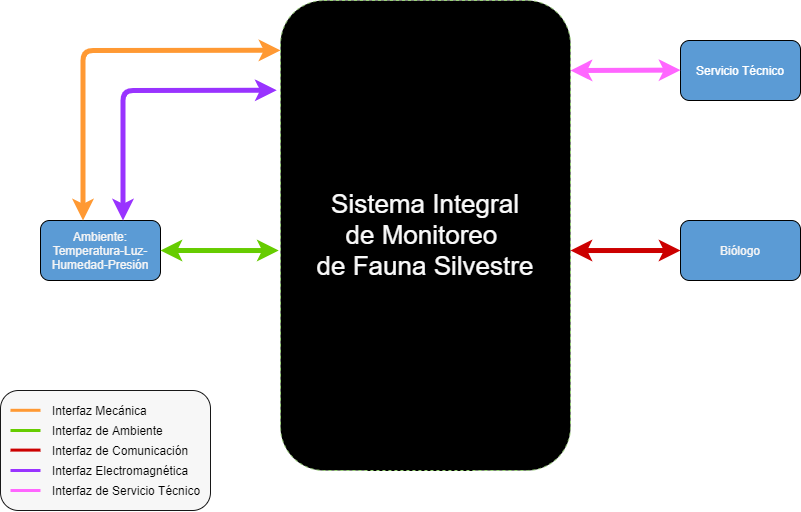
tlondero/Dise-o keeps this draw.io diagram as Utils/Drawio/Diagrama Funcional de Interfaces.png. Above is the earlier version. Source tidied: cells renumbered, new cells last; positions are measured from the earlier drawing's top-left corner, leaving out a move shared by most shapes. The source it was exported from:
```xml
<mxGraphModel>
  <root>
    <mxCell id="0" />
    <mxCell id="1" parent="0" />
    <mxCell id="2" style="rounded=1;whiteSpace=wrap;html=1;fillColor=#F7F7F7;gradientColor=none;strokeColor=#171717;" parent="1" vertex="1">
      <mxGeometry y="390" width="210" height="120" as="geometry" />
    </mxCell>
    <mxCell id="3" value="&lt;font color=&quot;#FFFFFF&quot;&gt;Base nido&lt;/font&gt;C" style="rounded=1;whiteSpace=wrap;html=1;fillColor=#0A0A0A;" parent="1" vertex="1">
      <mxGeometry x="360" y="220" width="120" height="60" as="geometry" />
    </mxCell>
    <mxCell id="4" value="&lt;div&gt;&lt;font color=&quot;#F5F5F5&quot;&gt;Ambiente:&lt;/font&gt;&lt;/div&gt;&lt;div&gt;&lt;font color=&quot;#F5F5F5&quot;&gt;Temperatura-Luz-Humedad-Presión&lt;br&gt;&lt;/font&gt;&lt;/div&gt;" style="rounded=1;whiteSpace=wrap;html=1;fillColor=#5B9BD5;" parent="1" vertex="1">
      <mxGeometry x="40" y="220" width="120" height="60" as="geometry" />
    </mxCell>
    <mxCell id="5" value="&lt;font color=&quot;#FFFFFF&quot;&gt;Base Pajaro&lt;/font&gt;" style="rounded=1;whiteSpace=wrap;html=1;fillColor=#0A0A0A;" parent="1" vertex="1">
      <mxGeometry x="360" y="410" width="120" height="60" as="geometry" />
    </mxCell>
    <mxCell id="6" value="&lt;font color=&quot;#FFFFFF&quot;&gt;Unidad de Energía&lt;/font&gt;" style="rounded=1;whiteSpace=wrap;html=1;fillColor=#0A0A0A;" parent="1" vertex="1">
      <mxGeometry x="360" y="40" width="120" height="60" as="geometry" />
    </mxCell>
    <mxCell id="7" value="&lt;font color=&quot;#FFFFFF&quot;&gt;Servicio Técnico&lt;br&gt;&lt;/font&gt;" style="rounded=1;whiteSpace=wrap;html=1;fillColor=#5B9BD5;" parent="1" vertex="1">
      <mxGeometry x="680" y="40" width="120" height="60" as="geometry" />
    </mxCell>
    <mxCell id="8" value="&lt;div&gt;&lt;font color=&quot;#F5F5F5&quot;&gt;Biólogo&lt;br&gt;&lt;/font&gt;&lt;/div&gt;" style="rounded=1;whiteSpace=wrap;html=1;fillColor=#5B9BD5;" parent="1" vertex="1">
      <mxGeometry x="680" y="220" width="120" height="60" as="geometry" />
    </mxCell>
    <mxCell id="9" style="endArrow=classic;startArrow=classic;html=1;entryX=0.5;entryY=1;entryDx=0;entryDy=0;exitX=0.5;exitY=0;exitDx=0;exitDy=0;strokeColor=#FFD966;strokeWidth=5;" parent="1" edge="1" source="3" target="6">
      <mxGeometry relative="1" as="geometry" />
    </mxCell>
    <mxCell id="10" style="endArrow=classic;startArrow=classic;html=1;strokeWidth=5;entryX=0.5;entryY=1;entryDx=0;entryDy=0;exitX=0.5;exitY=0;exitDx=0;exitDy=0;strokeColor=#FF0F37;" parent="1" edge="1" source="5" target="3">
      <mxGeometry relative="1" as="geometry" />
    </mxCell>
    <mxCell id="11" style="endArrow=classic;startArrow=classic;html=1;strokeWidth=5;exitX=0.092;exitY=-0.039;exitDx=0;exitDy=0;exitPerimeter=0;strokeColor=#3700CC;fillColor=#6a00ff;dashed=1;" parent="1" edge="1" source="5">
      <mxGeometry relative="1" as="geometry">
        <mxPoint x="374" y="280" as="targetPoint" />
      </mxGeometry>
    </mxCell>
    <mxCell id="12" value="Interfaz Electromagnética" style="text;html=1;strokeColor=none;fillColor=none;align=left;verticalAlign=middle;whiteSpace=wrap;rounded=0;" parent="1" vertex="1">
      <mxGeometry x="50" y="460" width="140" height="20" as="geometry" />
    </mxCell>
    <mxCell id="13" style="endArrow=classic;startArrow=classic;html=1;strokeWidth=5;exitX=0;exitY=0.5;exitDx=0;exitDy=0;strokeColor=#3700CC;fillColor=#6a00ff;dashed=1;entryX=0.25;entryY=1;entryDx=0;entryDy=0;" parent="1" edge="1" source="5" target="6">
      <mxGeometry relative="1" as="geometry">
        <Array as="points">
          <mxPoint x="330" y="440" />
          <mxPoint x="330" y="170" />
          <mxPoint x="390" y="170" />
        </Array>
      </mxGeometry>
    </mxCell>
    <mxCell id="14" style="endArrow=classic;startArrow=classic;html=1;strokeWidth=5;exitX=1;exitY=0.5;exitDx=0;exitDy=0;strokeColor=#66CC00;entryX=-0.006;entryY=0.532;entryDx=0;entryDy=0;entryPerimeter=0;" parent="1" edge="1" source="4" target="20">
      <mxGeometry relative="1" as="geometry" />
    </mxCell>
    <mxCell id="15" style="endArrow=classic;startArrow=classic;html=1;strokeWidth=5;exitX=0.688;exitY=0;exitDx=0;exitDy=0;fillColor=#6a00ff;strokeColor=#9933FF;exitPerimeter=0;entryX=-0.013;entryY=0.191;entryDx=0;entryDy=0;entryPerimeter=0;" parent="1" edge="1" source="4" target="20">
      <mxGeometry relative="1" as="geometry">
        <Array as="points">
          <mxPoint x="122.5" y="90" />
        </Array>
      </mxGeometry>
    </mxCell>
    <mxCell id="16" style="endArrow=classic;startArrow=classic;html=1;strokeWidth=5;exitX=0.354;exitY=0;exitDx=0;exitDy=0;fillColor=#f0a30a;strokeColor=#FF9933;exitPerimeter=0;entryX=0;entryY=0.106;entryDx=0;entryDy=0;entryPerimeter=0;" parent="1" edge="1" source="4" target="20">
      <mxGeometry relative="1" as="geometry">
        <Array as="points">
          <mxPoint x="82.5" y="50" />
        </Array>
      </mxGeometry>
    </mxCell>
    <mxCell id="17" style="endArrow=classic;startArrow=classic;html=1;strokeWidth=5;exitX=0;exitY=0.5;exitDx=0;exitDy=0;strokeColor=#FF66FF;entryX=1;entryY=0.149;entryDx=0;entryDy=0;entryPerimeter=0;" parent="1" edge="1" target="20">
      <mxGeometry relative="1" as="geometry">
        <mxPoint x="680" y="69.6" as="sourcePoint" />
      </mxGeometry>
    </mxCell>
    <mxCell id="18" style="endArrow=classic;startArrow=classic;html=1;strokeWidth=5;entryX=0.5;entryY=1;entryDx=0;entryDy=0;strokeColor=#FF0F37;exitX=0.586;exitY=0.415;exitDx=0;exitDy=0;exitPerimeter=0;" parent="1" edge="1" source="20">
      <mxGeometry relative="1" as="geometry">
        <mxPoint x="450" y="100" as="targetPoint" />
      </mxGeometry>
    </mxCell>
    <mxCell id="19" style="endArrow=classic;startArrow=classic;html=1;strokeWidth=5;entryX=0;entryY=0.5;entryDx=0;entryDy=0;fillColor=#e51400;strokeColor=#CC0000;exitX=1;exitY=0.532;exitDx=0;exitDy=0;exitPerimeter=0;" parent="1" edge="1" source="20" target="8">
      <mxGeometry relative="1" as="geometry" />
    </mxCell>
    <mxCell id="20" value="&lt;font style=&quot;font-size: 26px&quot; color=&quot;#FAFAFA&quot;&gt;Sistema Integral&lt;br&gt;de Monitoreo &lt;br&gt; de Fauna Silvestre&lt;br&gt;&lt;/font&gt;" style="rounded=1;whiteSpace=wrap;html=1;strokeColor=#97D077;dashed=1;fillColor=#000000;" parent="1" vertex="1">
      <mxGeometry x="280" width="290" height="470" as="geometry" />
    </mxCell>
    <mxCell id="21" style="endArrow=none;html=1;strokeWidth=3;strokeColor=#FF9933;" parent="1" edge="1">
      <mxGeometry relative="1" as="geometry">
        <mxPoint x="10" y="409.8" as="sourcePoint" />
        <mxPoint x="40" y="409.8" as="targetPoint" />
      </mxGeometry>
    </mxCell>
    <mxCell id="22" style="endArrow=none;html=1;strokeWidth=3;strokeColor=#66CC00;" parent="1" edge="1">
      <mxGeometry relative="1" as="geometry">
        <mxPoint x="10" y="430" as="sourcePoint" />
        <mxPoint x="40" y="430" as="targetPoint" />
      </mxGeometry>
    </mxCell>
    <mxCell id="23" style="endArrow=none;html=1;strokeWidth=3;strokeColor=#CC0000;" parent="1" edge="1">
      <mxGeometry relative="1" as="geometry">
        <mxPoint x="10" y="449.6" as="sourcePoint" />
        <mxPoint x="40" y="449.6" as="targetPoint" />
      </mxGeometry>
    </mxCell>
    <mxCell id="24" style="endArrow=none;html=1;strokeWidth=3;strokeColor=#9933FF;" parent="1" edge="1">
      <mxGeometry relative="1" as="geometry">
        <mxPoint x="10" y="470" as="sourcePoint" />
        <mxPoint x="40" y="470" as="targetPoint" />
      </mxGeometry>
    </mxCell>
    <mxCell id="25" style="endArrow=none;html=1;strokeWidth=3;strokeColor=#FF66FF;" parent="1" edge="1">
      <mxGeometry relative="1" as="geometry">
        <mxPoint x="10" y="490" as="sourcePoint" />
        <mxPoint x="40" y="490" as="targetPoint" />
      </mxGeometry>
    </mxCell>
    <mxCell id="26" value="Interfaz de Ambiente" style="text;html=1;strokeColor=none;fillColor=none;align=left;verticalAlign=middle;whiteSpace=wrap;rounded=0;" parent="1" vertex="1">
      <mxGeometry x="50" y="420" width="140" height="20" as="geometry" />
    </mxCell>
    <mxCell id="27" value="Interfaz Mecánica" style="text;html=1;strokeColor=none;fillColor=none;align=left;verticalAlign=middle;whiteSpace=wrap;rounded=0;" parent="1" vertex="1">
      <mxGeometry x="50" y="400" width="140" height="20" as="geometry" />
    </mxCell>
    <mxCell id="28" value="Interfaz de Servicio Técnico" style="text;html=1;strokeColor=none;fillColor=none;align=left;verticalAlign=middle;whiteSpace=wrap;rounded=0;" parent="1" vertex="1">
      <mxGeometry x="50" y="480" width="160" height="20" as="geometry" />
    </mxCell>
    <mxCell id="29" value="Interfaz de Comunicación" style="text;html=1;strokeColor=none;fillColor=none;align=left;verticalAlign=middle;whiteSpace=wrap;rounded=0;" parent="1" vertex="1">
      <mxGeometry x="50" y="440" width="140" height="20" as="geometry" />
    </mxCell>
  </root>
</mxGraphModel>
```
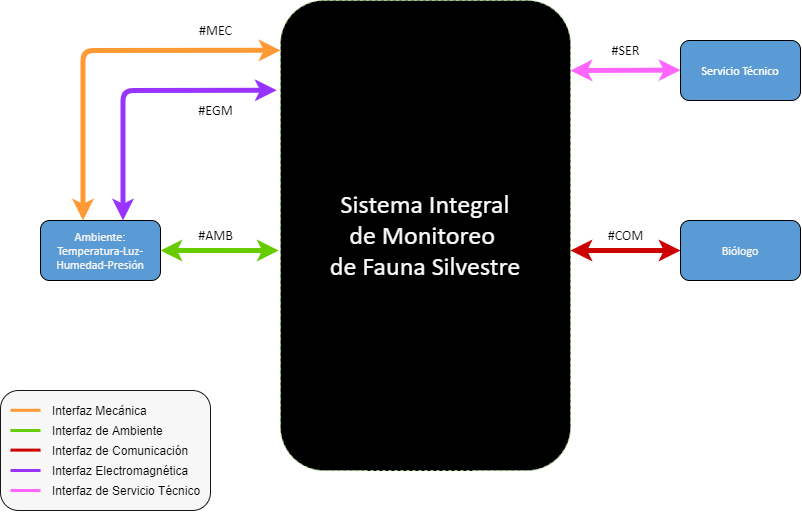
Later version of the same file.

What changed in the source:
```diff
@@ -8,7 +8,7 @@
     <mxCell id="3" value="&lt;font color=&quot;#FFFFFF&quot;&gt;Base nido&lt;/font&gt;C" style="rounded=1;whiteSpace=wrap;html=1;fillColor=#0A0A0A;" parent="1" vertex="1">
       <mxGeometry x="360" y="220" width="120" height="60" as="geometry" />
     </mxCell>
-    <mxCell id="4" value="&lt;div&gt;&lt;font color=&quot;#F5F5F5&quot;&gt;Ambiente:&lt;/font&gt;&lt;/div&gt;&lt;div&gt;&lt;font color=&quot;#F5F5F5&quot;&gt;Temperatura-Luz-Humedad-Presión&lt;br&gt;&lt;/font&gt;&lt;/div&gt;" style="rounded=1;whiteSpace=wrap;html=1;fillColor=#5B9BD5;" parent="1" vertex="1">
+    <mxCell id="4" value="&lt;div&gt;&lt;font color=&quot;#F5F5F5&quot; face=&quot;Calibri&quot;&gt;Ambiente:&lt;/font&gt;&lt;/div&gt;&lt;div&gt;&lt;font color=&quot;#F5F5F5&quot;&gt;&lt;font face=&quot;Calibri&quot;&gt;Temperatura-Luz-Humedad-Presión&lt;/font&gt;&lt;br&gt;&lt;/font&gt;&lt;/div&gt;" style="rounded=1;whiteSpace=wrap;html=1;fillColor=#5B9BD5;" parent="1" vertex="1">
       <mxGeometry x="40" y="220" width="120" height="60" as="geometry" />
     </mxCell>
     <mxCell id="5" value="&lt;font color=&quot;#FFFFFF&quot;&gt;Base Pajaro&lt;/font&gt;" style="rounded=1;whiteSpace=wrap;html=1;fillColor=#0A0A0A;" parent="1" vertex="1">
@@ -17,10 +17,10 @@
     <mxCell id="6" value="&lt;font color=&quot;#FFFFFF&quot;&gt;Unidad de Energía&lt;/font&gt;" style="rounded=1;whiteSpace=wrap;html=1;fillColor=#0A0A0A;" parent="1" vertex="1">
       <mxGeometry x="360" y="40" width="120" height="60" as="geometry" />
     </mxCell>
-    <mxCell id="7" value="&lt;font color=&quot;#FFFFFF&quot;&gt;Servicio Técnico&lt;br&gt;&lt;/font&gt;" style="rounded=1;whiteSpace=wrap;html=1;fillColor=#5B9BD5;" parent="1" vertex="1">
+    <mxCell id="7" value="&lt;font color=&quot;#FFFFFF&quot;&gt;&lt;font face=&quot;Calibri&quot;&gt;Servicio Técnico&lt;/font&gt;&lt;br&gt;&lt;/font&gt;" style="rounded=1;whiteSpace=wrap;html=1;fillColor=#5B9BD5;" parent="1" vertex="1">
       <mxGeometry x="680" y="40" width="120" height="60" as="geometry" />
     </mxCell>
-    <mxCell id="8" value="&lt;div&gt;&lt;font color=&quot;#F5F5F5&quot;&gt;Biólogo&lt;br&gt;&lt;/font&gt;&lt;/div&gt;" style="rounded=1;whiteSpace=wrap;html=1;fillColor=#5B9BD5;" parent="1" vertex="1">
+    <mxCell id="8" value="&lt;div&gt;&lt;font color=&quot;#F5F5F5&quot;&gt;&lt;font face=&quot;Calibri&quot;&gt;Biólogo&lt;/font&gt;&lt;br&gt;&lt;/font&gt;&lt;/div&gt;" style="rounded=1;whiteSpace=wrap;html=1;fillColor=#5B9BD5;" parent="1" vertex="1">
       <mxGeometry x="680" y="220" width="120" height="60" as="geometry" />
     </mxCell>
     <mxCell id="9" style="endArrow=classic;startArrow=classic;html=1;entryX=0.5;entryY=1;entryDx=0;entryDy=0;exitX=0.5;exitY=0;exitDx=0;exitDy=0;strokeColor=#FFD966;strokeWidth=5;" parent="1" edge="1" source="3" target="6">
@@ -76,7 +76,7 @@
     <mxCell id="19" style="endArrow=classic;startArrow=classic;html=1;strokeWidth=5;entryX=0;entryY=0.5;entryDx=0;entryDy=0;fillColor=#e51400;strokeColor=#CC0000;exitX=1;exitY=0.532;exitDx=0;exitDy=0;exitPerimeter=0;" parent="1" edge="1" source="20" target="8">
       <mxGeometry relative="1" as="geometry" />
     </mxCell>
-    <mxCell id="20" value="&lt;font style=&quot;font-size: 26px&quot; color=&quot;#FAFAFA&quot;&gt;Sistema Integral&lt;br&gt;de Monitoreo &lt;br&gt; de Fauna Silvestre&lt;br&gt;&lt;/font&gt;" style="rounded=1;whiteSpace=wrap;html=1;strokeColor=#97D077;dashed=1;fillColor=#000000;" parent="1" vertex="1">
+    <mxCell id="20" value="&lt;font style=&quot;font-size: 26px&quot; color=&quot;#FAFAFA&quot;&gt;&lt;font face=&quot;Calibri&quot;&gt;Sistema Integral&lt;br&gt;de Monitoreo &lt;br&gt; de Fauna Silvestre&lt;/font&gt;&lt;br&gt;&lt;/font&gt;" style="rounded=1;whiteSpace=wrap;html=1;strokeColor=#97D077;dashed=1;fillColor=#000000;" parent="1" vertex="1">
       <mxGeometry x="280" width="290" height="470" as="geometry" />
     </mxCell>
     <mxCell id="21" style="endArrow=none;html=1;strokeWidth=3;strokeColor=#FF9933;" parent="1" edge="1">
@@ -121,5 +121,20 @@
     <mxCell id="29" value="Interfaz de Comunicación" style="text;html=1;strokeColor=none;fillColor=none;align=left;verticalAlign=middle;whiteSpace=wrap;rounded=0;" parent="1" vertex="1">
       <mxGeometry x="50" y="440" width="140" height="20" as="geometry" />
     </mxCell>
+    <mxCell id="30" value="&lt;font face=&quot;Calibri&quot; style=&quot;font-size: 14px&quot;&gt;#AMB&lt;/font&gt;" style="text;html=1;align=center;verticalAlign=middle;" parent="1" vertex="1">
+      <mxGeometry x="190" y="225" width="50" height="20" as="geometry" />
+    </mxCell>
+    <mxCell id="31" value="&lt;font face=&quot;Calibri&quot; style=&quot;font-size: 14px&quot;&gt;#COM&lt;/font&gt;" style="text;html=1;align=center;verticalAlign=middle;" parent="1" vertex="1">
+      <mxGeometry x="600" y="225" width="50" height="20" as="geometry" />
+    </mxCell>
+    <mxCell id="32" value="&lt;font face=&quot;Calibri&quot; style=&quot;font-size: 14px&quot;&gt;#EGM&lt;/font&gt;" style="text;html=1;align=center;verticalAlign=middle;" parent="1" vertex="1">
+      <mxGeometry x="190" y="100" width="50" height="20" as="geometry" />
+    </mxCell>
+    <mxCell id="33" value="&lt;font face=&quot;Calibri&quot; style=&quot;font-size: 14px&quot;&gt;#MEC&lt;/font&gt;" style="text;html=1;align=center;verticalAlign=middle;" parent="1" vertex="1">
+      <mxGeometry x="190" y="20" width="50" height="20" as="geometry" />
+    </mxCell>
+    <mxCell id="34" value="&lt;font face=&quot;Calibri&quot; style=&quot;font-size: 14px&quot;&gt;#SER&lt;/font&gt;" style="text;html=1;align=center;verticalAlign=middle;" parent="1" vertex="1">
+      <mxGeometry x="605" y="40" width="40" height="20" as="geometry" />
+    </mxCell>
   </root>
 </mxGraphModel>
```
